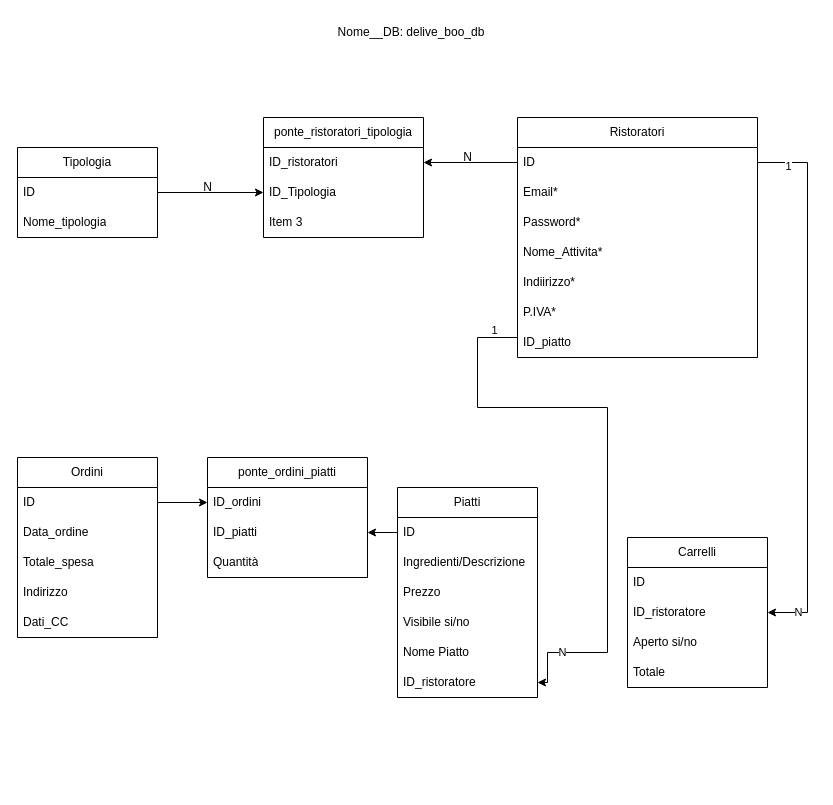
The draw.io diagram grafico_db/grafico_db.drawio in ldm0805/laravel-deliveboo, before the edit. Source tidied: cells renumbered, new cells numbered last; positions are measured from the earlier drawing's top-left corner, leaving out a move shared by most shapes. Both pictures are drawn from the tidied source at 100%, with x=0, y=0 at pixel (17, 17).
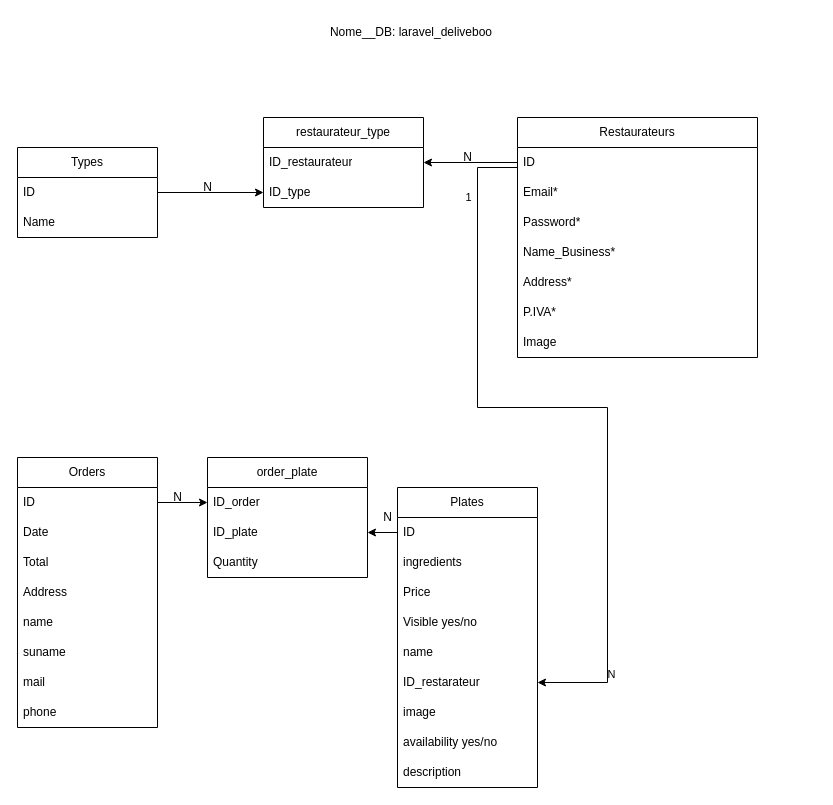
The same page after the edit.

Unchanged cells that the change refers to:
```xml
<mxCell id="4" value="ID" style="text;strokeColor=none;fillColor=none;align=left;verticalAlign=middle;spacingLeft=4;spacingRight=4;overflow=hidden;points=[[0,0.5],[1,0.5]];portConstraint=eastwest;whiteSpace=wrap;html=1;" parent="3" vertex="1">
  <mxGeometry y="30" width="240" height="30" as="geometry" />
</mxCell>
```

Change to the diagram source:
```diff
@@
-    <mxCell id="2" value="Nome__DB: delive_boo_db" style="text;html=1;strokeColor=none;fillColor=none;align=center;verticalAlign=middle;whiteSpace=wrap;rounded=0;" parent="1" vertex="1">
+    <mxCell id="2" value="Nome__DB: laravel_deliveboo" style="text;html=1;strokeColor=none;fillColor=none;align=center;verticalAlign=middle;whiteSpace=wrap;rounded=0;" parent="1" vertex="1">
       <mxGeometry x="246" width="296" height="30" as="geometry" />
     </mxCell>
-    <mxCell id="3" value="Ristoratori" style="swimlane;fontStyle=0;horizontal=1;startSize=30;whiteSpace=wrap;html=1;" parent="1" vertex="1">
+    <mxCell id="3" value="Restaurateurs" style="swimlane;fontStyle=0;horizontal=1;startSize=30;whiteSpace=wrap;html=1;" parent="1" vertex="1">
       <mxGeometry x="500" y="100" width="240" height="240" as="geometry" />
     </mxCell>
@@
-    <mxCell id="7" value="Nome_Attivita*" style="text;strokeColor=none;fillColor=none;align=left;verticalAlign=middle;spacingLeft=4;spacingRight=4;overflow=hidden;whiteSpace=wrap;html=1;" parent="3" vertex="1">
+    <mxCell id="7" value="Name_Business*" style="text;strokeColor=none;fillColor=none;align=left;verticalAlign=middle;spacingLeft=4;spacingRight=4;overflow=hidden;whiteSpace=wrap;html=1;" parent="3" vertex="1">
       <mxGeometry y="120" width="240" height="30" as="geometry" />
     </mxCell>
-    <mxCell id="8" value="Indiirizzo*" style="text;strokeColor=none;fillColor=none;align=left;verticalAlign=middle;spacingLeft=4;spacingRight=4;overflow=hidden;whiteSpace=wrap;html=1;" parent="3" vertex="1">
+    <mxCell id="8" value="Address*" style="text;strokeColor=none;fillColor=none;align=left;verticalAlign=middle;spacingLeft=4;spacingRight=4;overflow=hidden;whiteSpace=wrap;html=1;" parent="3" vertex="1">
       <mxGeometry y="150" width="240" height="30" as="geometry" />
     </mxCell>
@@
-    <mxCell id="10" value="ID_piatto" style="text;strokeColor=none;fillColor=none;align=left;verticalAlign=middle;spacingLeft=4;spacingRight=4;overflow=hidden;points=[[0,0.5],[1,0.5]];portConstraint=eastwest;whiteSpace=wrap;html=1;" parent="3" vertex="1">
-      <mxGeometry y="210" width="240" height="30" as="geometry" />
-    </mxCell>
+    <mxCell id="52" value="Image" style="text;strokeColor=none;fillColor=none;align=left;verticalAlign=middle;spacingLeft=4;spacingRight=4;overflow=hidden;whiteSpace=wrap;html=1;" parent="3" vertex="1">
+      <mxGeometry y="210" width="240" height="30" as="geometry" />
+    </mxCell>
-    <mxCell id="11" value="Piatti" style="swimlane;fontStyle=0;horizontal=1;startSize=30;whiteSpace=wrap;html=1;" parent="1" vertex="1">
-      <mxGeometry x="380" y="470" width="140" height="210" as="geometry" />
+    <mxCell id="11" value="Plates" style="swimlane;fontStyle=0;horizontal=1;startSize=30;whiteSpace=wrap;html=1;" parent="1" vertex="1">
+      <mxGeometry x="380" y="470" width="140" height="300" as="geometry" />
     </mxCell>
@@
-    <mxCell id="13" value="Ingredienti/Descrizione" style="text;strokeColor=none;fillColor=none;align=left;verticalAlign=middle;spacingLeft=4;spacingRight=4;overflow=hidden;whiteSpace=wrap;html=1;" parent="11" vertex="1">
+    <mxCell id="13" value="ingredients" style="text;strokeColor=none;fillColor=none;align=left;verticalAlign=middle;spacingLeft=4;spacingRight=4;overflow=hidden;whiteSpace=wrap;html=1;" parent="11" vertex="1">
       <mxGeometry y="60" width="140" height="30" as="geometry" />
     </mxCell>
-    <mxCell id="14" value="Prezzo" style="text;strokeColor=none;fillColor=none;align=left;verticalAlign=middle;spacingLeft=4;spacingRight=4;overflow=hidden;whiteSpace=wrap;html=1;" parent="11" vertex="1">
+    <mxCell id="14" value="Price" style="text;strokeColor=none;fillColor=none;align=left;verticalAlign=middle;spacingLeft=4;spacingRight=4;overflow=hidden;whiteSpace=wrap;html=1;" parent="11" vertex="1">
       <mxGeometry y="90" width="140" height="30" as="geometry" />
     </mxCell>
-    <mxCell id="15" value="Visibile si/no" style="text;strokeColor=none;fillColor=none;align=left;verticalAlign=middle;spacingLeft=4;spacingRight=4;overflow=hidden;whiteSpace=wrap;html=1;" parent="11" vertex="1">
+    <mxCell id="15" value="Visible yes/no" style="text;strokeColor=none;fillColor=none;align=left;verticalAlign=middle;spacingLeft=4;spacingRight=4;overflow=hidden;whiteSpace=wrap;html=1;" parent="11" vertex="1">
       <mxGeometry y="120" width="140" height="30" as="geometry" />
     </mxCell>
-    <mxCell id="16" value="Nome Piatto" style="text;strokeColor=none;fillColor=none;align=left;verticalAlign=middle;spacingLeft=4;spacingRight=4;overflow=hidden;whiteSpace=wrap;html=1;" parent="11" vertex="1">
+    <mxCell id="16" value="name" style="text;strokeColor=none;fillColor=none;align=left;verticalAlign=middle;spacingLeft=4;spacingRight=4;overflow=hidden;whiteSpace=wrap;html=1;" parent="11" vertex="1">
       <mxGeometry y="150" width="140" height="30" as="geometry" />
     </mxCell>
-    <mxCell id="17" value="ID_ristoratore" style="text;strokeColor=none;fillColor=none;align=left;verticalAlign=middle;spacingLeft=4;spacingRight=4;overflow=hidden;points=[[0,0.5],[1,0.5]];portConstraint=eastwest;whiteSpace=wrap;html=1;" parent="11" vertex="1">
+    <mxCell id="17" value="ID_restarateur" style="text;strokeColor=none;fillColor=none;align=left;verticalAlign=middle;spacingLeft=4;spacingRight=4;overflow=hidden;points=[[0,0.5],[1,0.5]];portConstraint=eastwest;whiteSpace=wrap;html=1;" parent="11" vertex="1">
       <mxGeometry y="180" width="140" height="30" as="geometry" />
     </mxCell>
+    <mxCell id="53" value="image" style="text;strokeColor=none;fillColor=none;align=left;verticalAlign=middle;spacingLeft=4;spacingRight=4;overflow=hidden;whiteSpace=wrap;html=1;" parent="11" vertex="1">
+      <mxGeometry y="210" width="140" height="30" as="geometry" />
+    </mxCell>
+    <mxCell id="54" value="availability yes/no" style="text;strokeColor=none;fillColor=none;align=left;verticalAlign=middle;spacingLeft=4;spacingRight=4;overflow=hidden;whiteSpace=wrap;html=1;" parent="11" vertex="1">
+      <mxGeometry y="240" width="140" height="30" as="geometry" />
+    </mxCell>
+    <mxCell id="55" value="description" style="text;strokeColor=none;fillColor=none;align=left;verticalAlign=middle;spacingLeft=4;spacingRight=4;overflow=hidden;whiteSpace=wrap;html=1;" parent="11" vertex="1">
+      <mxGeometry y="270" width="140" height="30" as="geometry" />
+    </mxCell>
-    <mxCell id="18" value="Tipologia" style="swimlane;fontStyle=0;horizontal=1;startSize=30;whiteSpace=wrap;html=1;" parent="1" vertex="1">
+    <mxCell id="18" value="Types" style="swimlane;fontStyle=0;horizontal=1;startSize=30;whiteSpace=wrap;html=1;" parent="1" vertex="1">
       <mxGeometry y="130" width="140" height="90" as="geometry" />
     </mxCell>
@@
-    <mxCell id="20" value="Nome_tipologia" style="text;strokeColor=none;fillColor=none;align=left;verticalAlign=middle;spacingLeft=4;spacingRight=4;overflow=hidden;whiteSpace=wrap;html=1;" parent="18" vertex="1">
+    <mxCell id="20" value="Name" style="text;strokeColor=none;fillColor=none;align=left;verticalAlign=middle;spacingLeft=4;spacingRight=4;overflow=hidden;whiteSpace=wrap;html=1;" parent="18" vertex="1">
       <mxGeometry y="60" width="140" height="30" as="geometry" />
     </mxCell>
-    <mxCell id="21" value="Ordini" style="swimlane;fontStyle=0;horizontal=1;startSize=30;whiteSpace=wrap;html=1;" parent="1" vertex="1">
-      <mxGeometry y="440" width="140" height="180" as="geometry" />
+    <mxCell id="21" value="Orders" style="swimlane;fontStyle=0;horizontal=1;startSize=30;whiteSpace=wrap;html=1;" parent="1" vertex="1">
+      <mxGeometry y="440" width="140" height="270" as="geometry" />
     </mxCell>
@@
-    <mxCell id="23" value="Data_ordine" style="text;strokeColor=none;fillColor=none;align=left;verticalAlign=middle;spacingLeft=4;spacingRight=4;overflow=hidden;whiteSpace=wrap;html=1;" parent="21" vertex="1">
+    <mxCell id="23" value="Date" style="text;strokeColor=none;fillColor=none;align=left;verticalAlign=middle;spacingLeft=4;spacingRight=4;overflow=hidden;whiteSpace=wrap;html=1;" parent="21" vertex="1">
       <mxGeometry y="60" width="140" height="30" as="geometry" />
     </mxCell>
-    <mxCell id="24" value="Totale_spesa" style="text;strokeColor=none;fillColor=none;align=left;verticalAlign=middle;spacingLeft=4;spacingRight=4;overflow=hidden;whiteSpace=wrap;html=1;" parent="21" vertex="1">
+    <mxCell id="24" value="Total" style="text;strokeColor=none;fillColor=none;align=left;verticalAlign=middle;spacingLeft=4;spacingRight=4;overflow=hidden;whiteSpace=wrap;html=1;" parent="21" vertex="1">
       <mxGeometry y="90" width="140" height="30" as="geometry" />
     </mxCell>
-    <mxCell id="25" value="Indirizzo" style="text;strokeColor=none;fillColor=none;align=left;verticalAlign=middle;spacingLeft=4;spacingRight=4;overflow=hidden;whiteSpace=wrap;html=1;" parent="21" vertex="1">
+    <mxCell id="25" value="Address" style="text;strokeColor=none;fillColor=none;align=left;verticalAlign=middle;spacingLeft=4;spacingRight=4;overflow=hidden;whiteSpace=wrap;html=1;" parent="21" vertex="1">
       <mxGeometry y="120" width="140" height="30" as="geometry" />
     </mxCell>
-    <mxCell id="26" value="Dati_CC" style="text;strokeColor=none;fillColor=none;align=left;verticalAlign=middle;spacingLeft=4;spacingRight=4;overflow=hidden;whiteSpace=wrap;html=1;" parent="21" vertex="1">
+    <mxCell id="26" value="name" style="text;strokeColor=none;fillColor=none;align=left;verticalAlign=middle;spacingLeft=4;spacingRight=4;overflow=hidden;whiteSpace=wrap;html=1;" parent="21" vertex="1">
       <mxGeometry y="150" width="140" height="30" as="geometry" />
     </mxCell>
+    <mxCell id="56" value="suname" style="text;strokeColor=none;fillColor=none;align=left;verticalAlign=middle;spacingLeft=4;spacingRight=4;overflow=hidden;whiteSpace=wrap;html=1;" parent="21" vertex="1">
+      <mxGeometry y="180" width="140" height="30" as="geometry" />
+    </mxCell>
+    <mxCell id="57" value="mail" style="text;strokeColor=none;fillColor=none;align=left;verticalAlign=middle;spacingLeft=4;spacingRight=4;overflow=hidden;whiteSpace=wrap;html=1;" parent="21" vertex="1">
+      <mxGeometry y="210" width="140" height="30" as="geometry" />
+    </mxCell>
+    <mxCell id="58" value="phone" style="text;strokeColor=none;fillColor=none;align=left;verticalAlign=middle;spacingLeft=4;spacingRight=4;overflow=hidden;whiteSpace=wrap;html=1;" parent="21" vertex="1">
+      <mxGeometry y="240" width="140" height="30" as="geometry" />
+    </mxCell>
-    <mxCell id="27" value="ponte_ristoratori_tipologia" style="swimlane;fontStyle=0;horizontal=1;startSize=30;whiteSpace=wrap;html=1;" parent="1" vertex="1">
-      <mxGeometry x="246" y="100" width="160" height="120" as="geometry" />
+    <mxCell id="27" value="restaurateur&lt;span style=&quot;background-color: initial;&quot;&gt;_type&lt;/span&gt;" style="swimlane;fontStyle=0;horizontal=1;startSize=30;whiteSpace=wrap;html=1;" parent="1" vertex="1">
+      <mxGeometry x="246" y="100" width="160" height="90" as="geometry" />
     </mxCell>
-    <mxCell id="28" value="ID_ristoratori" style="text;strokeColor=none;fillColor=none;align=left;verticalAlign=middle;spacingLeft=4;spacingRight=4;overflow=hidden;points=[[0,0.5],[1,0.5]];portConstraint=eastwest;whiteSpace=wrap;html=1;" parent="27" vertex="1">
+    <mxCell id="28" value="ID_restaurateur" style="text;strokeColor=none;fillColor=none;align=left;verticalAlign=middle;spacingLeft=4;spacingRight=4;overflow=hidden;points=[[0,0.5],[1,0.5]];portConstraint=eastwest;whiteSpace=wrap;html=1;" parent="27" vertex="1">
       <mxGeometry y="30" width="160" height="30" as="geometry" />
     </mxCell>
-    <mxCell id="29" value="ID_Tipologia" style="text;strokeColor=none;fillColor=none;align=left;verticalAlign=middle;spacingLeft=4;spacingRight=4;overflow=hidden;points=[[0,0.5],[1,0.5]];portConstraint=eastwest;whiteSpace=wrap;html=1;" parent="27" vertex="1">
+    <mxCell id="29" value="ID_type" style="text;strokeColor=none;fillColor=none;align=left;verticalAlign=middle;spacingLeft=4;spacingRight=4;overflow=hidden;points=[[0,0.5],[1,0.5]];portConstraint=eastwest;whiteSpace=wrap;html=1;" parent="27" vertex="1">
       <mxGeometry y="60" width="160" height="30" as="geometry" />
     </mxCell>
-    <mxCell id="30" value="Item 3" style="text;strokeColor=none;fillColor=none;align=left;verticalAlign=middle;spacingLeft=4;spacingRight=4;overflow=hidden;whiteSpace=wrap;html=1;" parent="27" vertex="1">
-      <mxGeometry y="90" width="160" height="30" as="geometry" />
-    </mxCell>
@@
-    <mxCell id="33" style="edgeStyle=orthogonalEdgeStyle;rounded=0;jettySize=auto;html=1;entryX=1;entryY=0.5;entryDx=0;entryDy=0;exitX=0;exitY=0.5;exitDx=0;exitDy=0;" parent="1" edge="1" source="10" target="17">
+    <mxCell id="33" style="edgeStyle=orthogonalEdgeStyle;rounded=0;jettySize=auto;html=1;entryX=1;entryY=0.5;entryDx=0;entryDy=0;exitX=0;exitY=0.5;exitDx=0;exitDy=0;" parent="1" edge="1" target="17">
       <mxGeometry relative="1" as="geometry">
+        <mxPoint x="500" y="325" as="sourcePoint" />
         <Array as="points">
-          <mxPoint x="500" y="320" />
-          <mxPoint x="460" y="320" />
+          <mxPoint x="500" y="150" />
+          <mxPoint x="460" y="150" />
           <mxPoint x="460" y="390" />
           <mxPoint x="590" y="390" />
-          <mxPoint x="590" y="635" />
-          <mxPoint x="530" y="635" />
-          <mxPoint x="530" y="665" />
+          <mxPoint x="590" y="665" />
         </Array>
       </mxGeometry>
     </mxCell>
     <mxCell id="34" value="1" style="edgeLabel;html=1;align=center;verticalAlign=middle;" parent="33" vertex="1">
       <mxGeometry x="-0.9" y="-4" relative="1" as="geometry">
-        <mxPoint y="-4" as="offset" />
+        <mxPoint x="-54" y="-100" as="offset" />
       </mxGeometry>
     </mxCell>
@@
-    <mxCell id="36" value="ponte_ordini_piatti" style="swimlane;fontStyle=0;horizontal=1;startSize=30;whiteSpace=wrap;html=1;" parent="1" vertex="1">
+    <mxCell id="36" value="order_plate" style="swimlane;fontStyle=0;horizontal=1;startSize=30;whiteSpace=wrap;html=1;" parent="1" vertex="1">
       <mxGeometry x="190" y="440" width="160" height="120" as="geometry" />
     </mxCell>
-    <mxCell id="37" value="ID_ordini" style="text;strokeColor=none;fillColor=none;align=left;verticalAlign=middle;spacingLeft=4;spacingRight=4;overflow=hidden;points=[[0,0.5],[1,0.5]];portConstraint=eastwest;whiteSpace=wrap;html=1;" parent="36" vertex="1">
+    <mxCell id="37" value="ID_order" style="text;strokeColor=none;fillColor=none;align=left;verticalAlign=middle;spacingLeft=4;spacingRight=4;overflow=hidden;points=[[0,0.5],[1,0.5]];portConstraint=eastwest;whiteSpace=wrap;html=1;" parent="36" vertex="1">
       <mxGeometry y="30" width="160" height="30" as="geometry" />
     </mxCell>
-    <mxCell id="38" value="ID_piatti" style="text;strokeColor=none;fillColor=none;align=left;verticalAlign=middle;spacingLeft=4;spacingRight=4;overflow=hidden;points=[[0,0.5],[1,0.5]];portConstraint=eastwest;whiteSpace=wrap;html=1;" parent="36" vertex="1">
+    <mxCell id="38" value="ID_plate" style="text;strokeColor=none;fillColor=none;align=left;verticalAlign=middle;spacingLeft=4;spacingRight=4;overflow=hidden;points=[[0,0.5],[1,0.5]];portConstraint=eastwest;whiteSpace=wrap;html=1;" parent="36" vertex="1">
       <mxGeometry y="60" width="160" height="30" as="geometry" />
     </mxCell>
-    <mxCell id="39" value="Quantità" style="text;strokeColor=none;fillColor=none;align=left;verticalAlign=middle;spacingLeft=4;spacingRight=4;overflow=hidden;whiteSpace=wrap;html=1;" parent="36" vertex="1">
+    <mxCell id="39" value="Quantity" style="text;strokeColor=none;fillColor=none;align=left;verticalAlign=middle;spacingLeft=4;spacingRight=4;overflow=hidden;whiteSpace=wrap;html=1;" parent="36" vertex="1">
       <mxGeometry y="90" width="160" height="30" as="geometry" />
     </mxCell>
@@
-    <mxCell id="42" value="Carrelli" style="swimlane;fontStyle=0;horizontal=1;startSize=30;whiteSpace=wrap;html=1;" parent="1" vertex="1">
-      <mxGeometry x="610" y="520" width="140" height="150" as="geometry" />
-    </mxCell>
-    <mxCell id="43" value="ID" style="text;strokeColor=none;fillColor=none;align=left;verticalAlign=middle;spacingLeft=4;spacingRight=4;overflow=hidden;whiteSpace=wrap;html=1;" parent="42" vertex="1">
-      <mxGeometry y="30" width="140" height="30" as="geometry" />
-    </mxCell>
-    <mxCell id="44" value="ID_ristoratore" style="text;strokeColor=none;fillColor=none;align=left;verticalAlign=middle;spacingLeft=4;spacingRight=4;overflow=hidden;points=[[0,0.5],[1,0.5]];portConstraint=eastwest;whiteSpace=wrap;html=1;" parent="42" vertex="1">
-      <mxGeometry y="60" width="140" height="30" as="geometry" />
-    </mxCell>
-    <mxCell id="45" value="Aperto si/no" style="text;strokeColor=none;fillColor=none;align=left;verticalAlign=middle;spacingLeft=4;spacingRight=4;overflow=hidden;whiteSpace=wrap;html=1;" parent="42" vertex="1">
-      <mxGeometry y="90" width="140" height="30" as="geometry" />
-    </mxCell>
-    <mxCell id="46" value="Totale" style="text;strokeColor=none;fillColor=none;align=left;verticalAlign=middle;spacingLeft=4;spacingRight=4;overflow=hidden;whiteSpace=wrap;html=1;" parent="42" vertex="1">
-      <mxGeometry y="120" width="140" height="30" as="geometry" />
-    </mxCell>
-    <mxCell id="47" style="edgeStyle=orthogonalEdgeStyle;rounded=0;jettySize=auto;html=1;" parent="1" edge="1" source="4" target="44">
-      <mxGeometry relative="1" as="geometry">
-        <Array as="points">
-          <mxPoint x="790" y="145" />
-          <mxPoint x="790" y="595" />
-        </Array>
-      </mxGeometry>
-    </mxCell>
-    <mxCell id="48" value="1" style="edgeLabel;html=1;align=center;verticalAlign=middle;" parent="47" vertex="1">
-      <mxGeometry x="-0.87" y="-3" relative="1" as="geometry">
-        <mxPoint x="-5" as="offset" />
-      </mxGeometry>
-    </mxCell>
-    <mxCell id="49" value="N" style="edgeLabel;html=1;align=center;verticalAlign=middle;" parent="47" vertex="1">
-      <mxGeometry x="0.89" y="-1" relative="1" as="geometry" />
-    </mxCell>
@@
+    <mxCell id="59" value="N" style="text;html=1;align=center;verticalAlign=middle;strokeColor=none;fillColor=none;" parent="1" vertex="1">
+      <mxGeometry x="145" y="465" width="30" height="30" as="geometry" />
+    </mxCell>
+    <mxCell id="60" value="N" style="text;html=1;align=center;verticalAlign=middle;strokeColor=none;fillColor=none;" parent="1" vertex="1">
+      <mxGeometry x="355" y="485" width="30" height="30" as="geometry" />
+    </mxCell>
```
